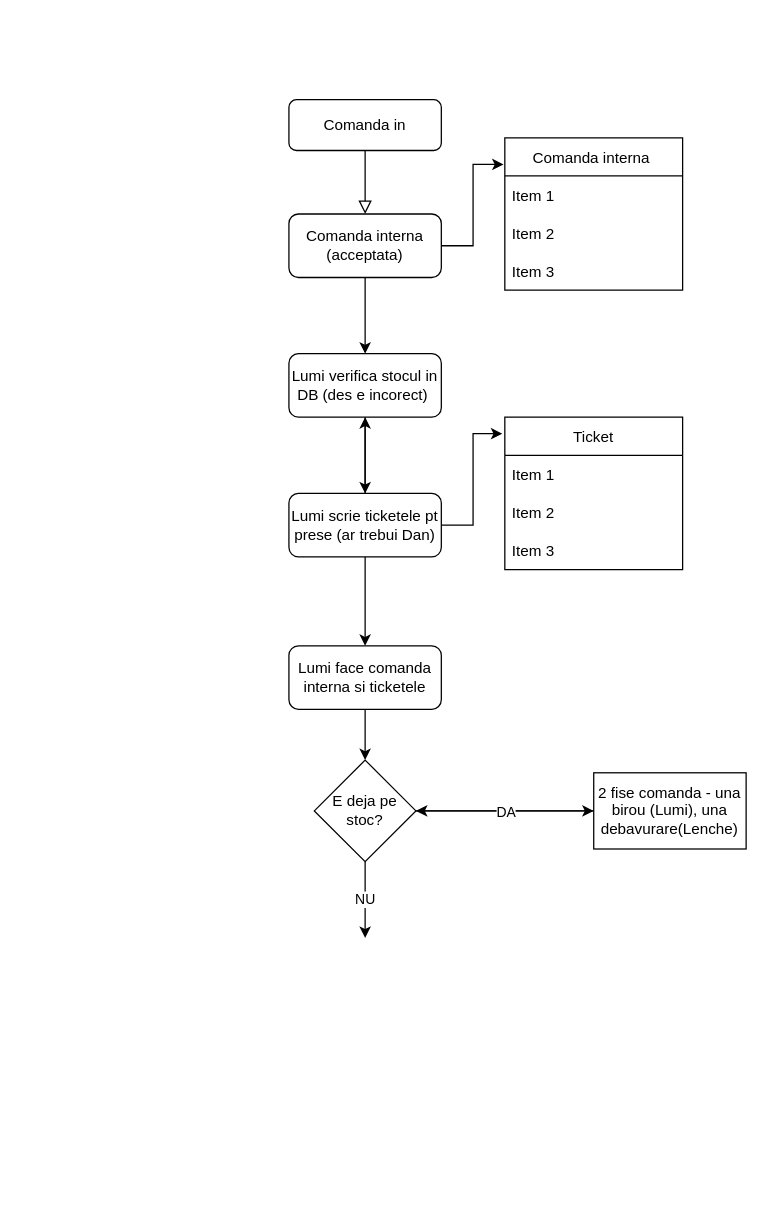
Earlier version of the draw.io diagram comandaFLow.drawio (CodeConjurerEth/Vulcom). Source tidied: cells renumbered, new cells numbered last; positions are measured from the earlier drawing's top-left corner, leaving out a move shared by most shapes. Both pictures are drawn from the tidied source at 127%, with x=0, y=0 at pixel (288, 99).
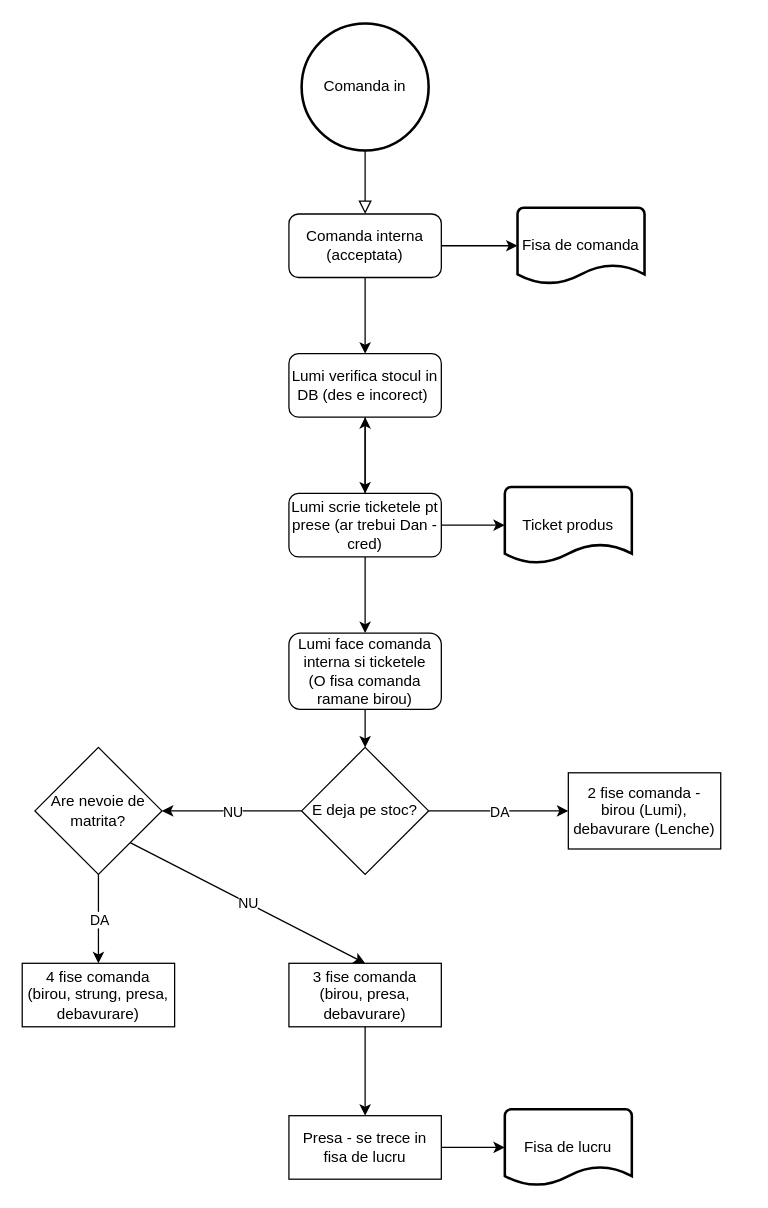
The same diagram, later.

The change refers to these unchanged cells:
```xml
<mxCell id="6" value="Comanda interna (acceptata)" style="rounded=1;whiteSpace=wrap;html=1;" parent="1" vertex="1">
  <mxGeometry y="90" width="120" height="50" as="geometry" />
</mxCell>
```

Change to the diagram source:
```diff
@@
-    <mxCell id="2" style="rounded=0;html=1;jettySize=auto;fontSize=11;endArrow=block;endFill=0;endSize=8;strokeWidth=1;shadow=0;labelBackgroundColor=none;edgeStyle=orthogonalEdgeStyle;" parent="1" edge="1" source="3">
+    <mxCell id="2" style="rounded=0;html=1;jettySize=auto;orthogonalLoop=1;fontSize=11;endArrow=block;endFill=0;endSize=8;strokeWidth=1;shadow=0;labelBackgroundColor=none;edgeStyle=orthogonalEdgeStyle;" parent="1" edge="1">
       <mxGeometry relative="1" as="geometry">
+        <mxPoint x="60" y="40" as="sourcePoint" />
         <mxPoint x="60" y="90" as="targetPoint" />
       </mxGeometry>
     </mxCell>
-    <mxCell id="3" value="Comanda in" style="rounded=1;whiteSpace=wrap;html=1;fontSize=12;glass=0;strokeWidth=1;shadow=0;" parent="1" vertex="1">
-      <mxGeometry width="120" height="40" as="geometry" />
-    </mxCell>
-    <mxCell id="4" style="edgeStyle=orthogonalEdgeStyle;rounded=0;jettySize=auto;html=1;entryX=-0.007;entryY=0.175;entryDx=0;entryDy=0;entryPerimeter=0;" parent="1" edge="1" source="6" target="7">
-      <mxGeometry relative="1" as="geometry" />
+    <mxCell id="4" style="edgeStyle=orthogonalEdgeStyle;rounded=0;jettySize=auto;html=1;" parent="1" edge="1" source="6">
+      <mxGeometry relative="1" as="geometry">
+        <mxPoint x="180" y="115" as="targetPoint" />
+      </mxGeometry>
     </mxCell>
@@
-    <mxCell id="7" value="Comanda interna " style="swimlane;fontStyle=0;horizontal=1;startSize=30;rounded=0;" parent="1" vertex="1">
-      <mxGeometry x="170" y="30" width="140" height="120" as="geometry" />
-    </mxCell>
-    <mxCell id="8" value="Item 1" style="text;strokeColor=none;fillColor=none;align=left;verticalAlign=middle;spacingLeft=4;spacingRight=4;overflow=hidden;rounded=0;" parent="7" vertex="1">
-      <mxGeometry y="30" width="140" height="30" as="geometry" />
-    </mxCell>
-    <mxCell id="9" value="Item 2" style="text;strokeColor=none;fillColor=none;align=left;verticalAlign=middle;spacingLeft=4;spacingRight=4;overflow=hidden;rounded=0;" parent="7" vertex="1">
-      <mxGeometry y="60" width="140" height="30" as="geometry" />
-    </mxCell>
-    <mxCell id="10" value="Item 3" style="text;strokeColor=none;fillColor=none;align=left;verticalAlign=middle;spacingLeft=4;spacingRight=4;overflow=hidden;rounded=0;" parent="7" vertex="1">
-      <mxGeometry y="90" width="140" height="30" as="geometry" />
-    </mxCell>
@@
-    <mxCell id="14" style="edgeStyle=orthogonalEdgeStyle;rounded=0;jettySize=auto;html=1;entryX=-0.014;entryY=0.108;entryDx=0;entryDy=0;entryPerimeter=0;" parent="1" edge="1" source="16" target="17">
-      <mxGeometry relative="1" as="geometry" />
+    <mxCell id="14" style="edgeStyle=orthogonalEdgeStyle;rounded=0;jettySize=auto;html=1;" parent="1" edge="1" source="16">
+      <mxGeometry relative="1" as="geometry">
+        <mxPoint x="170" y="335" as="targetPoint" />
+        <Array as="points">
+          <mxPoint x="168" y="335" />
+        </Array>
+      </mxGeometry>
     </mxCell>
@@
-    <mxCell id="16" value="Lumi scrie ticketele pt prese (ar trebui Dan)" style="whiteSpace=wrap;html=1;rounded=1;" parent="1" vertex="1">
+    <mxCell id="16" value="Lumi scrie ticketele pt prese (ar trebui Dan - cred)" style="whiteSpace=wrap;html=1;rounded=1;" parent="1" vertex="1">
       <mxGeometry y="310" width="120" height="50" as="geometry" />
     </mxCell>
-    <mxCell id="17" value="Ticket" style="swimlane;fontStyle=0;horizontal=1;startSize=30;rounded=0;" parent="1" vertex="1">
-      <mxGeometry x="170" y="250" width="140" height="120" as="geometry" />
-    </mxCell>
-    <mxCell id="18" value="Item 1" style="text;strokeColor=none;fillColor=none;align=left;verticalAlign=middle;spacingLeft=4;spacingRight=4;overflow=hidden;rounded=0;" parent="17" vertex="1">
-      <mxGeometry y="30" width="140" height="30" as="geometry" />
-    </mxCell>
-    <mxCell id="19" value="Item 2" style="text;strokeColor=none;fillColor=none;align=left;verticalAlign=middle;spacingLeft=4;spacingRight=4;overflow=hidden;rounded=0;" parent="17" vertex="1">
-      <mxGeometry y="60" width="140" height="30" as="geometry" />
-    </mxCell>
-    <mxCell id="20" value="Item 3" style="text;strokeColor=none;fillColor=none;align=left;verticalAlign=middle;spacingLeft=4;spacingRight=4;overflow=hidden;rounded=0;" parent="17" vertex="1">
-      <mxGeometry y="90" width="140" height="30" as="geometry" />
-    </mxCell>
@@
-    <mxCell id="22" value="Lumi face comanda interna si ticketele" style="whiteSpace=wrap;html=1;rounded=1;" parent="1" vertex="1">
-      <mxGeometry y="430" width="120" height="50" as="geometry" />
+    <mxCell id="22" value="Lumi face comanda interna si ticketele&lt;br&gt;(O fisa comanda ramane birou)" style="whiteSpace=wrap;html=1;rounded=1;" parent="1" vertex="1">
+      <mxGeometry y="420" width="120" height="60" as="geometry" />
     </mxCell>
-    <mxCell id="23" value="NU" style="edgeStyle=orthogonalEdgeStyle;rounded=0;jettySize=auto;html=1;exitX=0.5;exitY=1;exitDx=0;exitDy=0;" parent="1" edge="1" source="24">
+    <mxCell id="23" value="NU" style="edgeStyle=orthogonalEdgeStyle;rounded=0;jettySize=auto;html=1;exitX=0;exitY=0.5;exitDx=0;exitDy=0;" parent="1" edge="1" source="24">
       <mxGeometry relative="1" as="geometry">
-        <mxPoint x="60" y="660" as="targetPoint" />
+        <mxPoint x="-100" y="560" as="targetPoint" />
       </mxGeometry>
     </mxCell>
     <mxCell id="24" value="E deja pe stoc?" style="rhombus;whiteSpace=wrap;html=1;rounded=0;" parent="1" vertex="1">
-      <mxGeometry x="20" y="520" width="80" height="80" as="geometry" />
+      <mxGeometry x="10" y="510" width="100" height="100" as="geometry" />
     </mxCell>
-    <mxCell id="25" style="edgeStyle=orthogonalEdgeStyle;rounded=0;jettySize=auto;html=1;" parent="1" edge="1" source="26" target="24">
-      <mxGeometry relative="1" as="geometry" />
-    </mxCell>
-    <mxCell id="26" value="2 fise comanda - una birou (Lumi), una debavurare(Lenche)" style="whiteSpace=wrap;html=1;rounded=0;" parent="1" vertex="1">
-      <mxGeometry x="240" y="530" width="120" height="60" as="geometry" />
+    <mxCell id="26" value="2 fise comanda -&lt;br&gt;birou (Lumi), debavurare (Lenche)" style="whiteSpace=wrap;html=1;rounded=0;" parent="1" vertex="1">
+      <mxGeometry x="220" y="530" width="120" height="60" as="geometry" />
     </mxCell>
-    <mxCell id="27" style="endArrow=classic;html=1;rounded=0;exitX=1;exitY=0.5;exitDx=0;exitDy=0;entryX=0;entryY=0.5;entryDx=0;entryDy=0;" parent="1" edge="1" source="24" target="26">
+    <mxCell id="27" style="endArrow=classic;html=1;rounded=0;entryX=0;entryY=0.5;entryDx=0;entryDy=0;exitX=1;exitY=0.5;exitDx=0;exitDy=0;" parent="1" edge="1" source="24" target="26">
       <mxGeometry relative="1" as="geometry" />
     </mxCell>
@@
+    <mxCell id="29" value="Are nevoie de matrita?" style="rhombus;whiteSpace=wrap;html=1;rounded=0;strokeWidth=1;" parent="1" vertex="1">
+      <mxGeometry x="-200" y="510" width="100" height="100" as="geometry" />
+    </mxCell>
+    <mxCell id="30" style="endArrow=classic;html=1;rounded=0;exitX=0.5;exitY=1;exitDx=0;exitDy=0;entryX=0.5;entryY=0;entryDx=0;entryDy=0;" parent="1" edge="1" source="29" target="35">
+      <mxGeometry relative="1" as="geometry" />
+    </mxCell>
+    <mxCell id="31" value="DA" style="edgeLabel;html=1;align=center;verticalAlign=middle;rounded=0;strokeWidth=1;" parent="30" vertex="1">
+      <mxGeometry relative="1" as="geometry" />
+    </mxCell>
+    <mxCell id="32" style="endArrow=classic;html=1;rounded=0;exitX=1;exitY=1;exitDx=0;exitDy=0;entryX=0.5;entryY=0;entryDx=0;entryDy=0;" parent="1" edge="1" source="29" target="36">
+      <mxGeometry relative="1" as="geometry" />
+    </mxCell>
+    <mxCell id="33" value="NU" style="edgeLabel;html=1;align=center;verticalAlign=middle;rounded=0;strokeWidth=1;" parent="32" vertex="1">
+      <mxGeometry relative="1" as="geometry" />
+    </mxCell>
+    <mxCell id="34" style="edgeStyle=orthogonalEdgeStyle;rounded=0;jettySize=auto;html=1;exitX=0.5;exitY=1;exitDx=0;exitDy=0;" parent="1" edge="1" source="36">
+      <mxGeometry relative="1" as="geometry">
+        <mxPoint x="60" y="800" as="targetPoint" />
+      </mxGeometry>
+    </mxCell>
+    <mxCell id="35" value="4 fise comanda (birou, strung, presa, debavurare)" style="rounded=0;whiteSpace=wrap;html=1;strokeWidth=1;" parent="1" vertex="1">
+      <mxGeometry x="-210" y="680" width="120" height="50" as="geometry" />
+    </mxCell>
+    <mxCell id="36" value="3 fise comanda&lt;br&gt;(birou, presa, debavurare)" style="rounded=0;whiteSpace=wrap;html=1;strokeWidth=1;" parent="1" vertex="1">
+      <mxGeometry y="680" width="120" height="50" as="geometry" />
+    </mxCell>
+    <mxCell id="37" style="edgeStyle=orthogonalEdgeStyle;rounded=0;jettySize=auto;html=1;exitX=1;exitY=0.5;exitDx=0;exitDy=0;entryX=0;entryY=0.5;entryDx=0;entryDy=0;entryPerimeter=0;" parent="1" edge="1" source="38" target="39">
+      <mxGeometry relative="1" as="geometry" />
+    </mxCell>
+    <mxCell id="38" value="Presa - se trece in fisa de lucru" style="rounded=0;whiteSpace=wrap;html=1;strokeWidth=1;" parent="1" vertex="1">
+      <mxGeometry y="800" width="120" height="50" as="geometry" />
+    </mxCell>
+    <mxCell id="3" value="Comanda in" style="strokeWidth=2;html=1;shape=mxgraph.flowchart.start_2;whiteSpace=wrap;rounded=0;" parent="1" vertex="1">
+      <mxGeometry x="10" y="-60" width="100" height="100" as="geometry" />
+    </mxCell>
+    <mxCell id="39" value="Fisa de lucru" style="strokeWidth=2;html=1;shape=mxgraph.flowchart.document2;whiteSpace=wrap;size=0.25;rounded=0;" parent="1" vertex="1">
+      <mxGeometry x="170" y="795" width="100" height="60" as="geometry" />
+    </mxCell>
+    <mxCell id="40" value="Fisa de comanda" style="strokeWidth=2;html=1;shape=mxgraph.flowchart.document2;whiteSpace=wrap;size=0.25;rounded=0;" parent="1" vertex="1">
+      <mxGeometry x="180" y="85" width="100" height="60" as="geometry" />
+    </mxCell>
+    <mxCell id="41" value="Ticket produs" style="strokeWidth=2;html=1;shape=mxgraph.flowchart.document2;whiteSpace=wrap;size=0.25;rounded=0;" parent="1" vertex="1">
+      <mxGeometry x="170" y="305" width="100" height="60" as="geometry" />
+    </mxCell>
```
